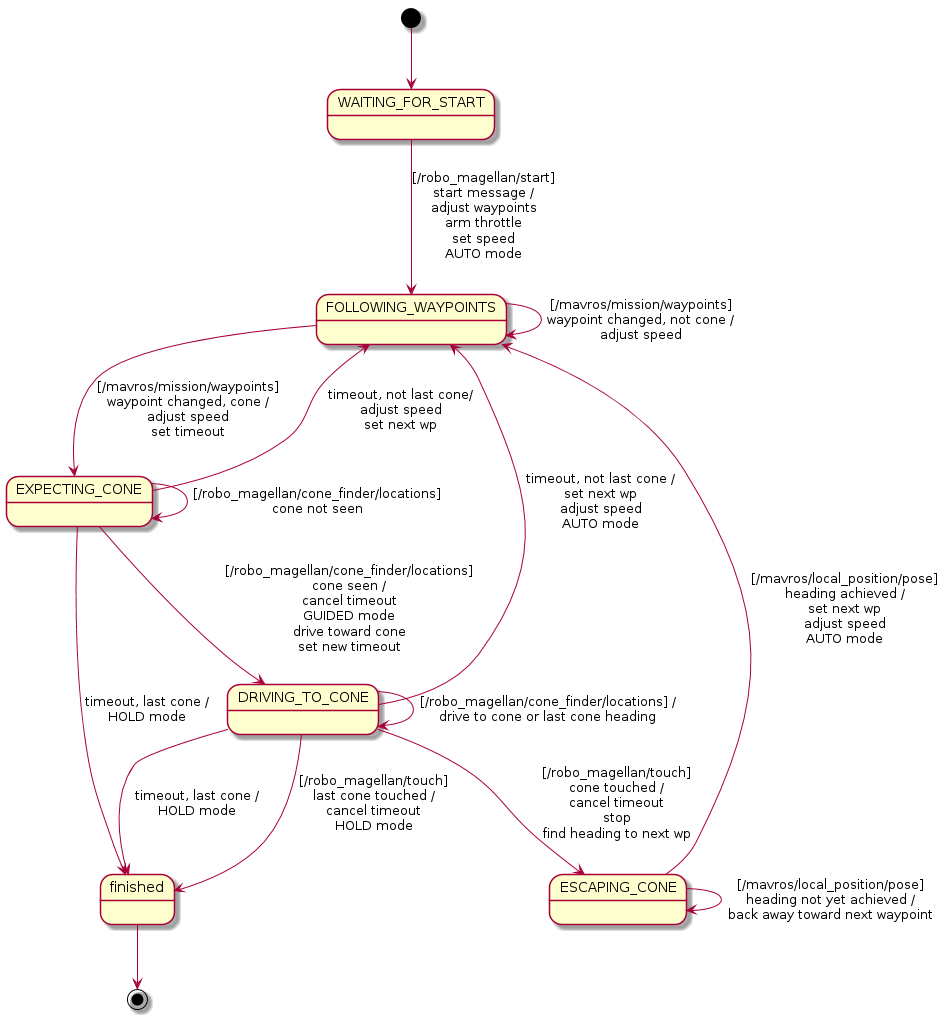
This is doc/state-diagram.png from ProgrammingRobotsStudyGroup/robo_magellan, a PlantUML export, as it was before one commit. The source it was exported from:
```plantuml
@startuml

[*] --> waitingForStart

state "WAITING_FOR_START" as waitingForStart
waitingForStart --> followingWaypoints : [/robo_magellan/start]\nstart message /\nadjust waypoints\narm throttle\nset speed\nAUTO mode

state "FOLLOWING_WAYPOINTS" as followingWaypoints
followingWaypoints --> followingWaypoints : [/mavros/mission/waypoints]\nwaypoint changed, not cone /\nadjust speed
followingWaypoints --> expectingCone : [/mavros/mission/waypoints]\nwaypoint changed, cone /\nadjust speed\nset timeout

state "EXPECTING_CONE" as expectingCone
expectingCone --> expectingCone : [/robo_magellan/cone_finder/locations]\ncone not seen
expectingCone --> drivingToCone : [/robo_magellan/cone_finder/locations]\ncone seen /\ncancel timeout\nGUIDED mode\ndrive toward cone\nset new timeout
expectingCone --> followingWaypoints : timeout, not last cone/\nadjust speed\nset next wp
expectingCone --> finished : timeout, last cone /\nHOLD mode

state "DRIVING_TO_CONE" as drivingToCone
drivingToCone --> drivingToCone : [/robo_magellan/cone_finder/locations] /\ndrive to cone or last cone heading
drivingToCone --> escapingCone : [/robo_magellan/touch]\ncone touched /\ncancel timeout\nstop\nfind heading to next wp
drivingToCone --> followingWaypoints : timeout, not last cone /\nset next wp\nadjust speed\nAUTO mode
drivingToCone --> finished : timeout, last cone /\nHOLD mode
drivingToCone --> finished : [/robo_magellan/touch]\nlast cone touched /\ncancel timeout\nHOLD mode

state "ESCAPING_CONE" as escapingCone
escapingCone --> escapingCone : [/mavros/local_position/pose]\nheading not yet achieved /\nback away toward next waypoint
escapingCone --> followingWaypoints : [/mavros/local_position/pose]\nheading achieved /\nset next wp\nadjust speed\nAUTO mode

finished --> [*]

@enduml
```
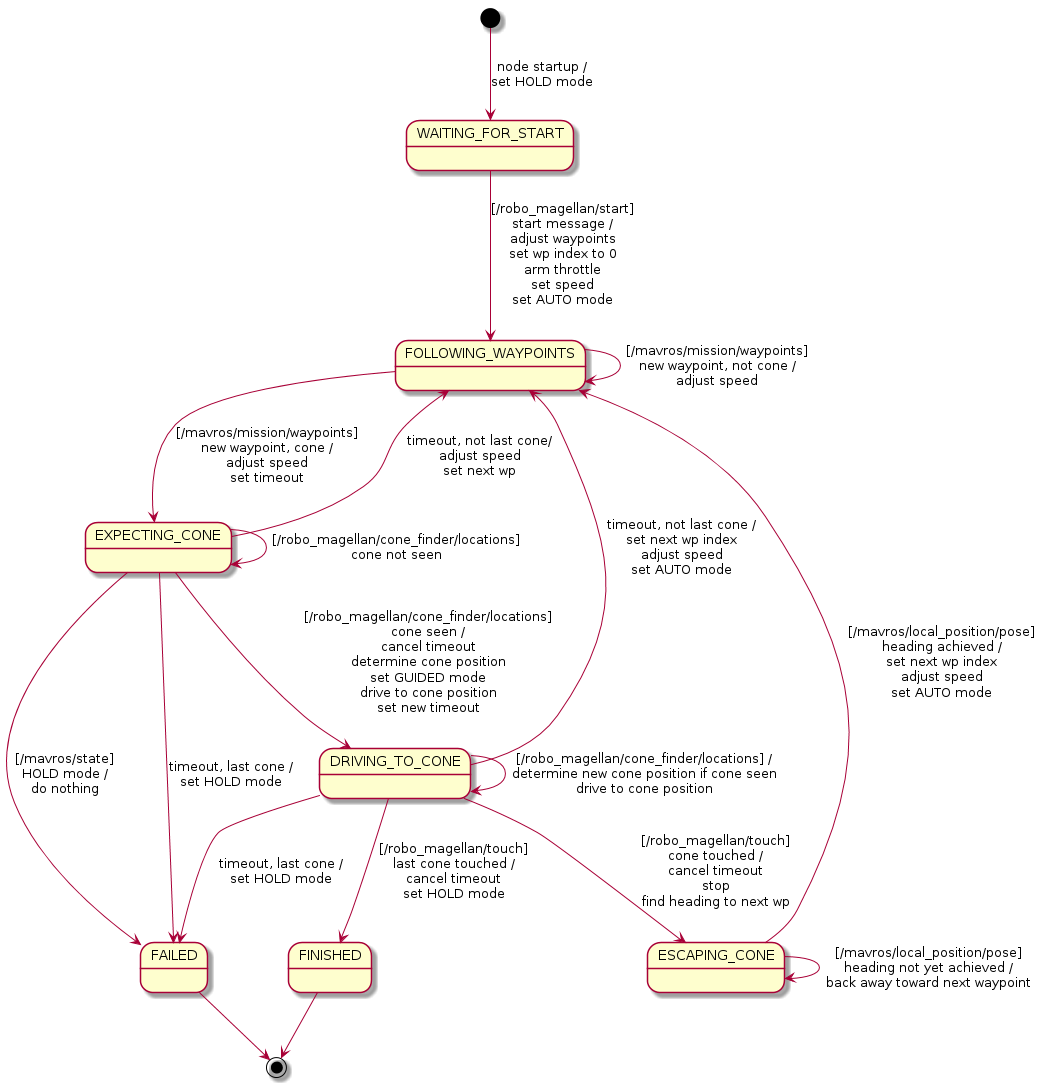
The same file after the commit.

Commit message:
Augment state diagram with more possible transitions

What changed in the source:
```diff
@@ -1,31 +1,36 @@
 @startuml
 
-[*] --> waitingForStart
+[*] --> waitingForStart : node startup /\nset HOLD mode
 
 state "WAITING_FOR_START" as waitingForStart
-waitingForStart --> followingWaypoints : [/robo_magellan/start]\nstart message /\nadjust waypoints\narm throttle\nset speed\nAUTO mode
+waitingForStart --> followingWaypoints : [/robo_magellan/start]\nstart message /\nadjust waypoints\nset wp index to 0\narm throttle\nset speed\nset AUTO mode
 
 state "FOLLOWING_WAYPOINTS" as followingWaypoints
-followingWaypoints --> followingWaypoints : [/mavros/mission/waypoints]\nwaypoint changed, not cone /\nadjust speed
-followingWaypoints --> expectingCone : [/mavros/mission/waypoints]\nwaypoint changed, cone /\nadjust speed\nset timeout
+followingWaypoints --> followingWaypoints : [/mavros/mission/waypoints]\nnew waypoint, not cone /\nadjust speed
+followingWaypoints --> expectingCone : [/mavros/mission/waypoints]\nnew waypoint, cone /\nadjust speed\nset timeout
 
 state "EXPECTING_CONE" as expectingCone
 expectingCone --> expectingCone : [/robo_magellan/cone_finder/locations]\ncone not seen
-expectingCone --> drivingToCone : [/robo_magellan/cone_finder/locations]\ncone seen /\ncancel timeout\nGUIDED mode\ndrive toward cone\nset new timeout
+expectingCone --> drivingToCone : [/robo_magellan/cone_finder/locations]\ncone seen /\ncancel timeout\ndetermine cone position\nset GUIDED mode\ndrive to cone position\nset new timeout
+expectingCone --> failed : [/mavros/state]\nHOLD mode /\ndo nothing
 expectingCone --> followingWaypoints : timeout, not last cone/\nadjust speed\nset next wp
-expectingCone --> finished : timeout, last cone /\nHOLD mode
+expectingCone --> failed : timeout, last cone /\nset HOLD mode
 
 state "DRIVING_TO_CONE" as drivingToCone
-drivingToCone --> drivingToCone : [/robo_magellan/cone_finder/locations] /\ndrive to cone or last cone heading
+drivingToCone --> drivingToCone : [/robo_magellan/cone_finder/locations] /\ndetermine new cone position if cone seen\ndrive to cone position
 drivingToCone --> escapingCone : [/robo_magellan/touch]\ncone touched /\ncancel timeout\nstop\nfind heading to next wp
-drivingToCone --> followingWaypoints : timeout, not last cone /\nset next wp\nadjust speed\nAUTO mode
-drivingToCone --> finished : timeout, last cone /\nHOLD mode
-drivingToCone --> finished : [/robo_magellan/touch]\nlast cone touched /\ncancel timeout\nHOLD mode
+drivingToCone --> followingWaypoints : timeout, not last cone /\nset next wp index\nadjust speed\nset AUTO mode
+drivingToCone --> failed : timeout, last cone /\nset HOLD mode
+drivingToCone --> finished : [/robo_magellan/touch]\nlast cone touched /\ncancel timeout\nset HOLD mode
 
 state "ESCAPING_CONE" as escapingCone
 escapingCone --> escapingCone : [/mavros/local_position/pose]\nheading not yet achieved /\nback away toward next waypoint
-escapingCone --> followingWaypoints : [/mavros/local_position/pose]\nheading achieved /\nset next wp\nadjust speed\nAUTO mode
+escapingCone --> followingWaypoints : [/mavros/local_position/pose]\nheading achieved /\nset next wp index\nadjust speed\nset AUTO mode
 
+state "FINISHED" as finished
 finished --> [*]
 
+state "FAILED" as failed
+failed --> [*]
+
 @enduml
```
